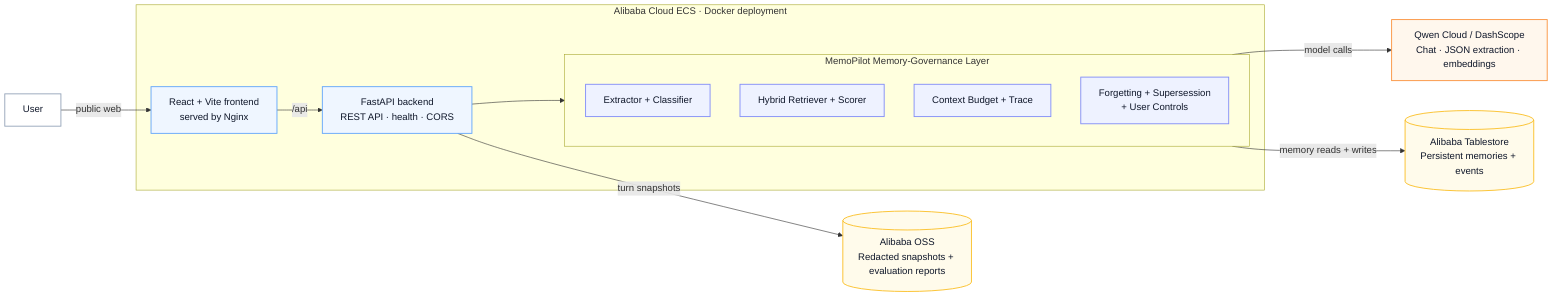
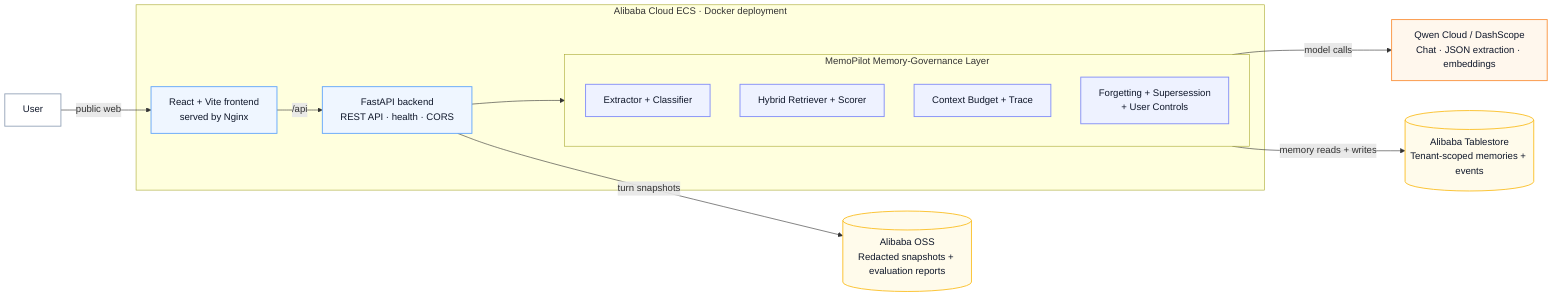
flowchart LR
    U[User]

    subgraph ECS[Alibaba Cloud ECS · Docker deployment]
        FE[React + Vite frontend<br/>served by Nginx]
        BE[FastAPI backend<br/>REST API · health · CORS]

        subgraph MG[MemoPilot Memory-Governance Layer]
            EX[Extractor + Classifier]
            RT[Hybrid Retriever + Scorer]
            CB[Context Budget + Trace]
            LF[Forgetting + Supersession<br/>+ User Controls]
        end

        FE -->|/api| BE
        BE --> MG
    end

    QC[Qwen Cloud / DashScope<br/>Chat · JSON extraction · embeddings]
-     TS[(Alibaba Tablestore<br/>Persistent memories + events)]
+     TS[(Alibaba Tablestore<br/>Tenant-scoped memories + events)]
    OSS[(Alibaba OSS<br/>Redacted snapshots + evaluation reports)]

    U -->|public web| FE
    MG -->|model calls| QC
    MG -->|memory reads + writes| TS
    BE -->|turn snapshots| OSS

    classDef user fill:#ffffff,stroke:#94a3b8,color:#0f172a,stroke-width:1.5px;
    classDef compute fill:#eff6ff,stroke:#60a5fa,color:#0f172a,stroke-width:1.5px;
    classDef governance fill:#eef2ff,stroke:#818cf8,color:#0f172a,stroke-width:1.5px;
    classDef qwen fill:#fff7ed,stroke:#fb923c,color:#0f172a,stroke-width:1.5px;
    classDef storage fill:#fffbeb,stroke:#fbbf24,color:#0f172a,stroke-width:1.5px;
    class U user;
    class FE,BE compute;
    class EX,RT,CB,LF governance;
    class QC qwen;
    class TS,OSS storage;
